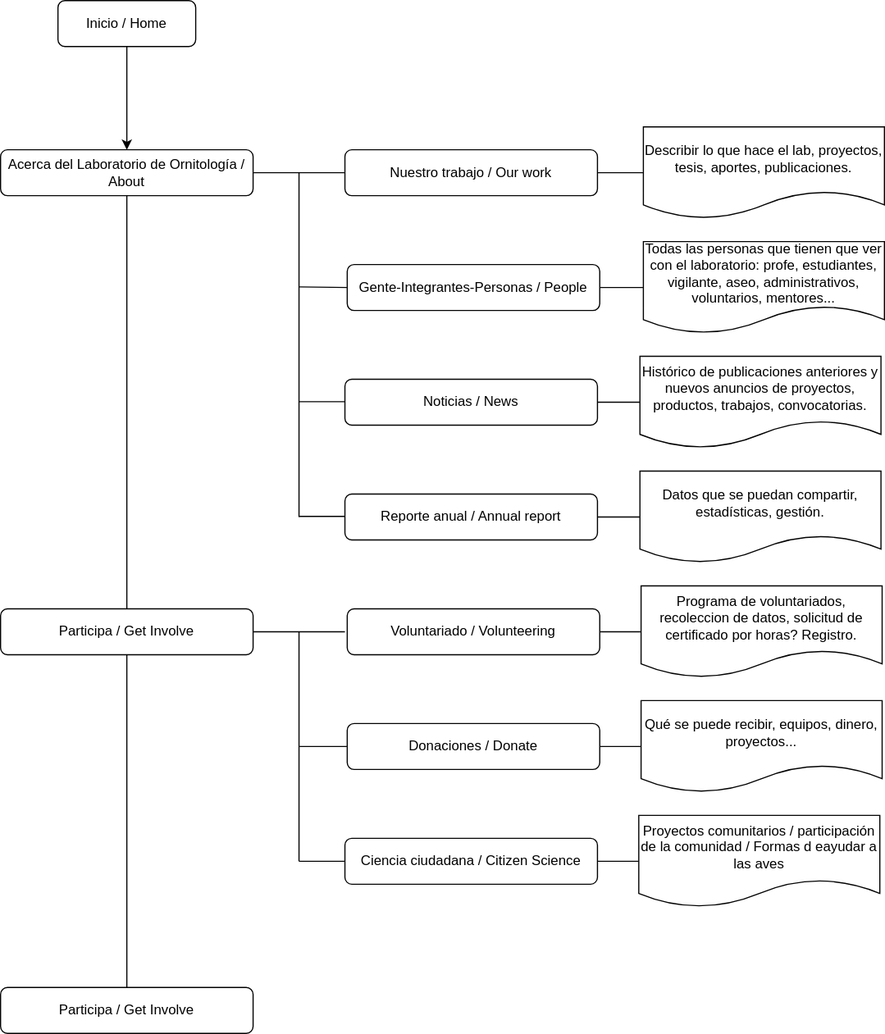
Earlier version of the draw.io export univalle.drawio.svg (isabelyb/univalle). Source tidied: cells renumbered, new cells last; positions are measured from the earlier drawing's top-left corner, leaving out a move shared by most shapes.
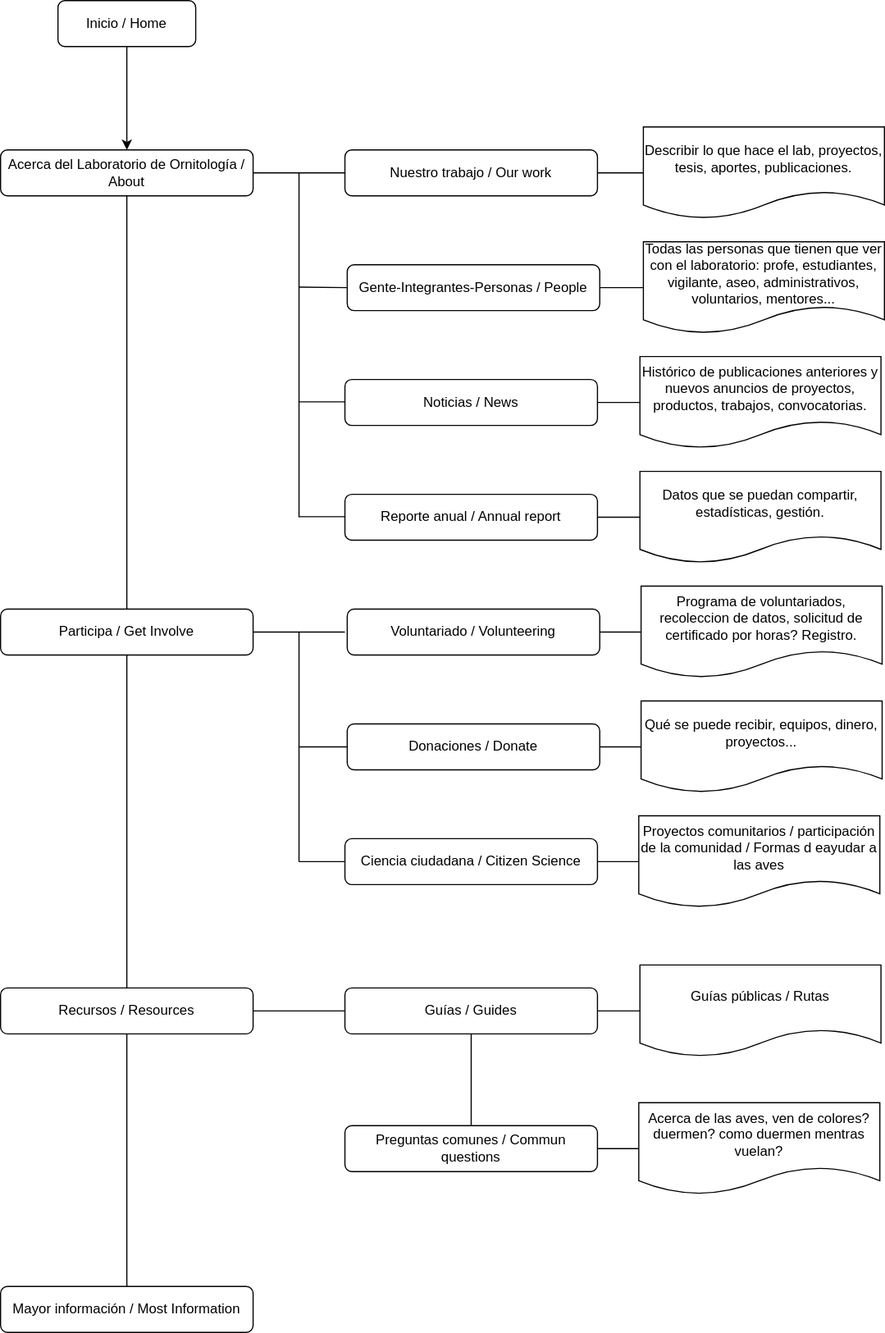
Above is the later version.

The edit, as a diff of the source:
```diff
@@ -137,8 +137,38 @@
         <mxPoint x="300" y="750" as="targetPoint" />
       </mxGeometry>
     </mxCell>
+    <mxCell id="39" style="edgeStyle=orthogonalEdgeStyle;rounded=0;jettySize=auto;html=1;endArrow=none;endFill=0;" parent="1" edge="1" source="38" target="43">
+      <mxGeometry relative="1" as="geometry" />
+    </mxCell>
+    <mxCell id="40" style="edgeStyle=orthogonalEdgeStyle;rounded=0;jettySize=auto;html=1;endArrow=none;endFill=0;" parent="1" edge="1" source="38" target="48">
+      <mxGeometry relative="1" as="geometry" />
+    </mxCell>
-    <mxCell id="38" value="Participa / Get Involve" style="whiteSpace=wrap;html=1;rounded=1;shadow=0;strokeWidth=1;glass=0;" parent="1" vertex="1">
+    <mxCell id="38" value="Recursos / Resources" style="whiteSpace=wrap;html=1;rounded=1;shadow=0;strokeWidth=1;glass=0;" parent="1" vertex="1">
       <mxGeometry y="860" width="220" height="40" as="geometry" />
     </mxCell>
+    <mxCell id="41" style="edgeStyle=orthogonalEdgeStyle;rounded=0;jettySize=auto;html=1;endArrow=none;endFill=0;" parent="1" edge="1" source="43" target="44">
+      <mxGeometry relative="1" as="geometry" />
+    </mxCell>
+    <mxCell id="42" style="edgeStyle=orthogonalEdgeStyle;rounded=0;jettySize=auto;html=1;endArrow=none;endFill=0;" parent="1" edge="1" source="43" target="46">
+      <mxGeometry relative="1" as="geometry" />
+    </mxCell>
+    <mxCell id="43" value="Guías / Guides" style="whiteSpace=wrap;html=1;rounded=1;shadow=0;strokeWidth=1;glass=0;" parent="1" vertex="1">
+      <mxGeometry x="300" y="860" width="220" height="40" as="geometry" />
+    </mxCell>
+    <mxCell id="44" value="Guías públicas / Rutas" style="shape=document;whiteSpace=wrap;html=1;boundedLbl=1;rounded=1;shadow=0;strokeWidth=1;glass=0;" parent="1" vertex="1">
+      <mxGeometry x="557" y="840" width="210" height="80" as="geometry" />
+    </mxCell>
+    <mxCell id="45" style="edgeStyle=orthogonalEdgeStyle;rounded=0;jettySize=auto;html=1;endArrow=none;endFill=0;" parent="1" edge="1" source="46" target="47">
+      <mxGeometry relative="1" as="geometry" />
+    </mxCell>
+    <mxCell id="46" value="Preguntas comunes / Commun questions" style="whiteSpace=wrap;html=1;rounded=1;shadow=0;strokeWidth=1;glass=0;" parent="1" vertex="1">
+      <mxGeometry x="300" y="980" width="220" height="40" as="geometry" />
+    </mxCell>
+    <mxCell id="47" value="Acerca de las aves, ven de colores? duermen? como duermen mentras vuelan?" style="shape=document;whiteSpace=wrap;html=1;boundedLbl=1;rounded=1;shadow=0;strokeWidth=1;glass=0;" parent="1" vertex="1">
+      <mxGeometry x="556" y="960" width="210" height="80" as="geometry" />
+    </mxCell>
+    <mxCell id="48" value="Mayor información / Most Information" style="whiteSpace=wrap;html=1;rounded=1;shadow=0;strokeWidth=1;glass=0;" parent="1" vertex="1">
+      <mxGeometry y="1120" width="220" height="40" as="geometry" />
+    </mxCell>
   </root>
 </mxGraphModel>
```
